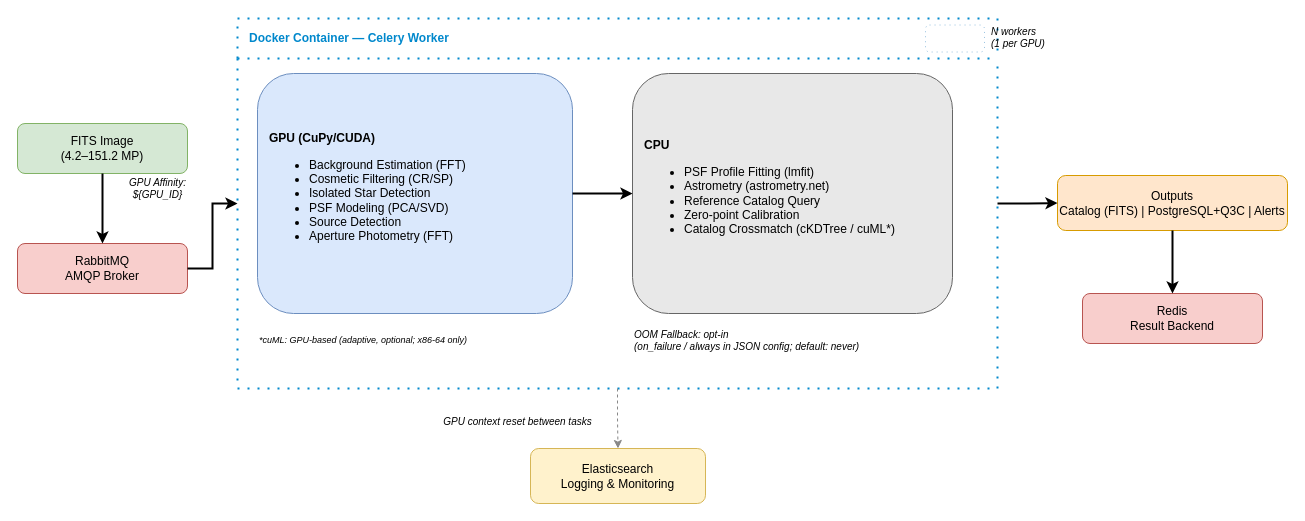
The draw.io diagram GPUPhot.drawio.xml in Light-Bridges/GPUPhot, before the edit. Source tidied: cells renumbered, new cells numbered last; positions are measured from the earlier drawing's top-left corner, leaving out a move shared by most shapes. Both pictures are drawn from the tidied source at 100%, with x=0, y=0 at pixel (17, 18).
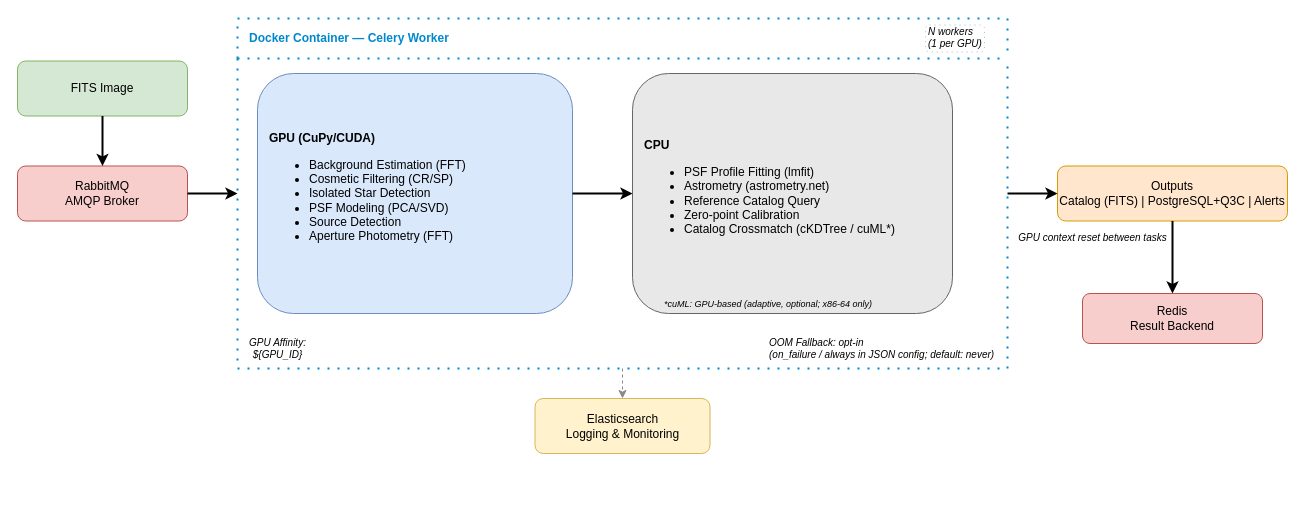
The same page after the edit.

The edit, as a diff of the source:
```diff
@@
-    <mxCell id="2" value="FITS Image&#10;(4.2–151.2 MP)" style="rounded=1;whiteSpace=wrap;html=1;fillColor=#d5e8d4;strokeColor=#82b366;" parent="1" vertex="1">
-      <mxGeometry y="105" width="170" height="50" as="geometry" />
+    <mxCell id="2" value="FITS Image" style="rounded=1;whiteSpace=wrap;html=1;fillColor=#d5e8d4;strokeColor=#82b366;" parent="1" vertex="1">
+      <mxGeometry y="42.5" width="170" height="55" as="geometry" />
     </mxCell>
     <mxCell id="3" value="RabbitMQ&#10;AMQP Broker" style="rounded=1;whiteSpace=wrap;html=1;fillColor=#f8cecc;strokeColor=#b85450;" parent="1" vertex="1">
-      <mxGeometry y="225" width="170" height="50" as="geometry" />
+      <mxGeometry y="147.5" width="170" height="55" as="geometry" />
     </mxCell>
     <mxCell id="4" value="&lt;b&gt;Docker Container — Celery Worker&lt;/b&gt;" style="swimlane;whiteSpace=wrap;html=1;dashed=1;dashPattern=1 4;strokeColor=#0088cc;fillColor=none;fontColor=#0088cc;startSize=40;strokeWidth=2;align=left;spacingLeft=10;" parent="1" vertex="1">
-      <mxGeometry x="220" width="760" height="370" as="geometry" />
+      <mxGeometry x="220" width="770" height="350" as="geometry" />
     </mxCell>
@@
-    <mxCell id="9" value="GPU Affinity:&#10;${GPU_ID}" style="text;html=1;align=center;verticalAlign=middle;strokeColor=none;fillColor=none;fontColor=light-dark(#000000,#D7D7D7);fontStyle=2;fontSize=10;" parent="4" vertex="1">
-      <mxGeometry x="-150" y="153" width="140" height="34" as="geometry" />
-    </mxCell>
-    <mxCell id="10" value="OOM Fallback: opt-in&#10;(on_failure / always in JSON config; default: never)" style="text;html=1;align=left;verticalAlign=middle;strokeColor=none;fillColor=none;fontColor=light-dark(#000000,#D7D7D7);fontStyle=2;fontSize=10;" parent="4" vertex="1">
-      <mxGeometry x="395" y="302" width="340" height="40" as="geometry" />
-    </mxCell>
     <mxCell id="11" value="*cuML: GPU-based (adaptive, optional; x86-64 only)" style="text;html=1;align=left;verticalAlign=middle;strokeColor=none;fillColor=none;fontColor=light-dark(#000000,#D7D7D7);fontStyle=2;fontSize=9;" parent="4" vertex="1">
-      <mxGeometry x="20" y="308" width="290" height="28" as="geometry" />
+      <mxGeometry x="425" y="272" width="290" height="28" as="geometry" />
     </mxCell>
     <mxCell id="12" value="N workers&#10;(1 per GPU)" style="text;html=1;align=left;verticalAlign=middle;strokeColor=none;fillColor=none;fontColor=light-dark(#000000,#D7D7D7);fontStyle=2;fontSize=10;" parent="4" vertex="1">
-      <mxGeometry x="752" y="3.5" width="112" height="30" as="geometry" />
+      <mxGeometry x="689" y="3.5" width="112" height="30" as="geometry" />
     </mxCell>
+    <mxCell id="10" value="OOM Fallback: opt-in&#10;(on_failure / always in JSON config; default: never)" style="text;html=1;align=left;verticalAlign=middle;strokeColor=none;fillColor=none;fontColor=light-dark(#000000,#D7D7D7);fontStyle=2;fontSize=10;" parent="4" vertex="1">
+      <mxGeometry x="530" y="310" width="340" height="40" as="geometry" />
+    </mxCell>
+    <mxCell id="9" value="GPU Affinity:&#10;${GPU_ID}" style="text;html=1;align=center;verticalAlign=middle;strokeColor=none;fillColor=none;fontColor=light-dark(#000000,#D7D7D7);fontStyle=2;fontSize=10;" parent="4" vertex="1">
+      <mxGeometry x="-30" y="313" width="140" height="34" as="geometry" />
+    </mxCell>
     <mxCell id="13" value="GPU context reset between tasks" style="text;html=1;align=center;verticalAlign=middle;strokeColor=none;fillColor=none;fontColor=light-dark(#000000,#D7D7D7);fontStyle=2;fontSize=10;" parent="1" vertex="1">
-      <mxGeometry x="355" y="392" width="290" height="22" as="geometry" />
+      <mxGeometry x="930" y="208" width="290" height="22" as="geometry" />
     </mxCell>
     <mxCell id="14" value="Outputs&#10;Catalog (FITS) | PostgreSQL+Q3C | Alerts" style="rounded=1;whiteSpace=wrap;html=1;fillColor=#ffe6cc;strokeColor=#d79b00;" parent="1" vertex="1">
-      <mxGeometry x="1040" y="157" width="230" height="55" as="geometry" />
+      <mxGeometry x="1040" y="147.5" width="230" height="55" as="geometry" />
     </mxCell>
@@
     <mxCell id="16" value="Elasticsearch&#10;Logging &amp; Monitoring" style="rounded=1;whiteSpace=wrap;html=1;fillColor=#fff2cc;strokeColor=#d6b656;" parent="1" vertex="1">
-      <mxGeometry x="513" y="430" width="175" height="55" as="geometry" />
+      <mxGeometry x="517.5" y="380" width="175" height="55" as="geometry" />
     </mxCell>
@@
-    <mxCell id="18" style="edgeStyle=orthogonalEdgeStyle;rounded=0;jettySize=auto;html=1;exitX=1;exitY=0.5;exitDx=0;exitDy=0;entryX=0;entryY=0.5;entryDx=0;entryDy=0;strokeWidth=2;" parent="1" edge="1" source="3" target="4">
-      <mxGeometry relative="1" as="geometry" />
+    <mxCell id="18" style="rounded=0;jettySize=auto;html=1;exitX=1;exitY=0.5;exitDx=0;exitDy=0;strokeWidth=2;" parent="1" edge="1" source="3">
+      <mxGeometry relative="1" as="geometry">
+        <mxPoint x="220" y="175" as="targetPoint" />
+      </mxGeometry>
     </mxCell>
```
